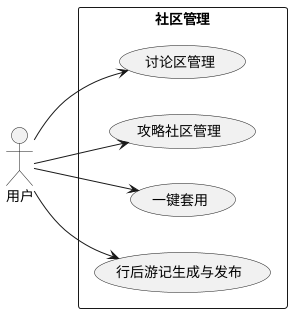
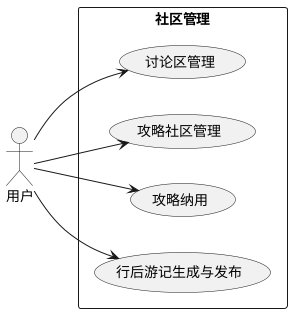
@startuml
skinparam defaultFontName "WenQuanYi Zen Hei"
skinparam shadowing false
left to right direction

actor 用户 as user

rectangle "社区管理" {
  usecase "讨论区管理" as c1
  usecase "攻略社区管理" as c2
-   usecase "一键套用" as c3
+   usecase "攻略纳用" as c3
  usecase "行后游记生成与发布" as c4
}

user --> c1
user --> c2
user --> c3
user --> c4
@enduml
